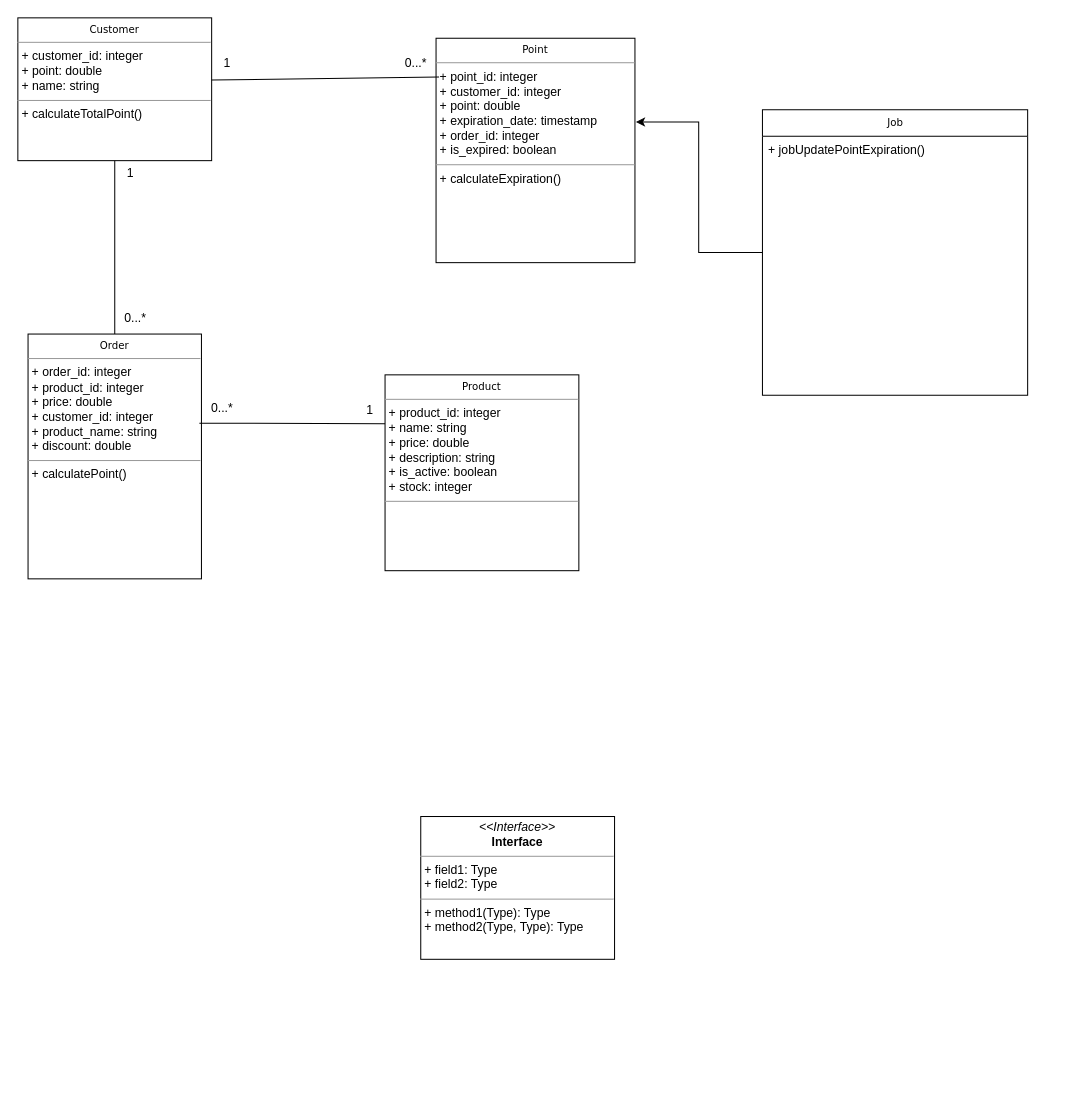
The draw.io diagram Untitled Diagram.drawio in Hilarion18/sandbox, before the edit. Source tidied: cells renumbered, new cells numbered last; positions are measured from the earlier drawing's top-left corner, leaving out a move shared by most shapes. Both pictures are drawn from the tidied source at 102%, with x=0, y=0 at pixel (17, 17).
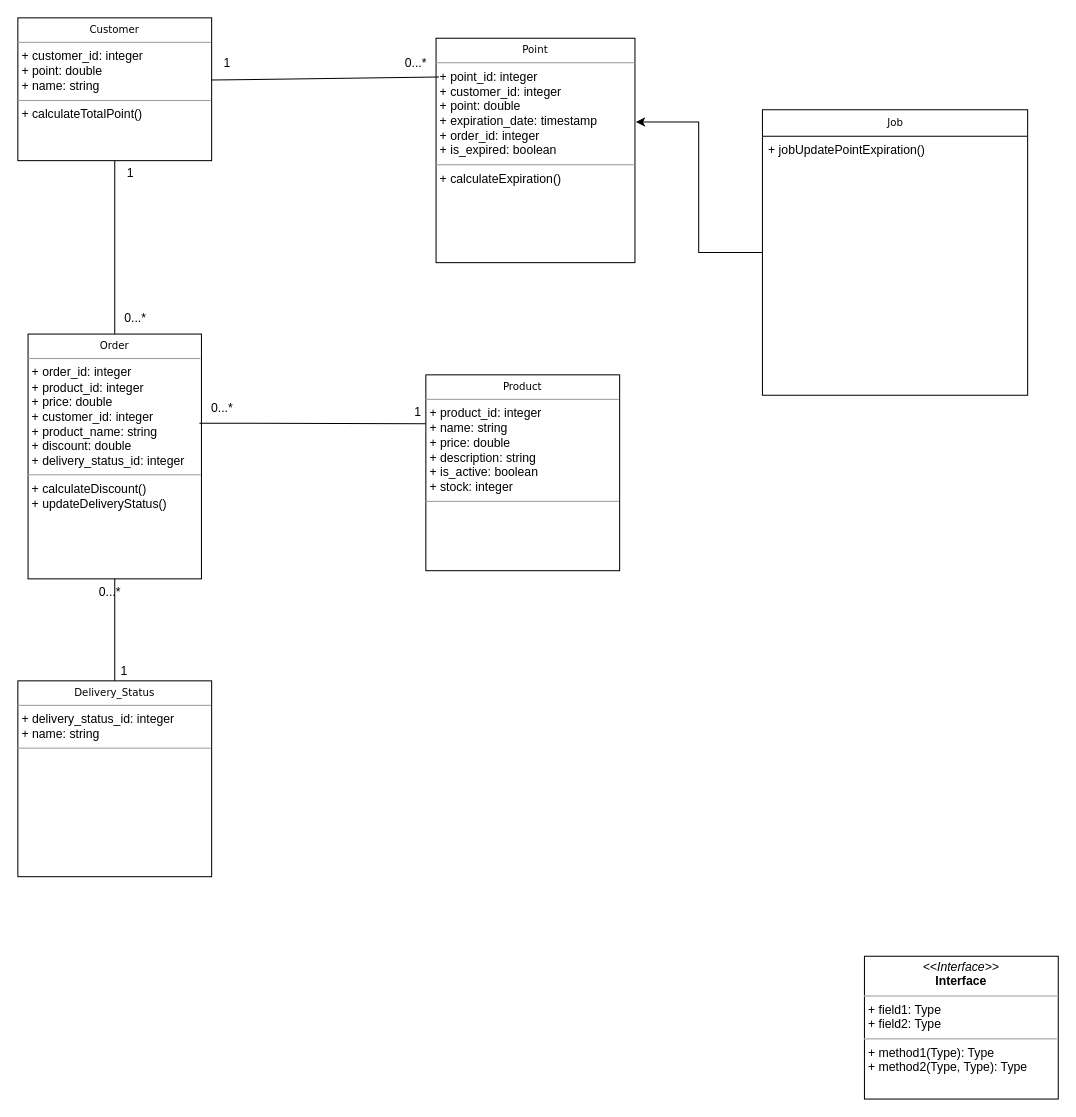
Above is the later version.

What changed in the source:
```diff
@@
     <mxCell id="5" value="&lt;p style=&quot;margin:0px;margin-top:4px;text-align:center;&quot;&gt;&lt;i&gt;&amp;lt;&amp;lt;Interface&amp;gt;&amp;gt;&lt;/i&gt;&lt;br/&gt;&lt;b&gt;Interface&lt;/b&gt;&lt;/p&gt;&lt;hr size=&quot;1&quot;/&gt;&lt;p style=&quot;margin:0px;margin-left:4px;&quot;&gt;+ field1: Type&lt;br/&gt;+ field2: Type&lt;/p&gt;&lt;hr size=&quot;1&quot;/&gt;&lt;p style=&quot;margin:0px;margin-left:4px;&quot;&gt;+ method1(Type): Type&lt;br/&gt;+ method2(Type, Type): Type&lt;/p&gt;" style="verticalAlign=top;align=left;overflow=fill;fontSize=12;fontFamily=Helvetica;html=1;rounded=0;shadow=0;comic=0;labelBackgroundColor=none;strokeWidth=1;" parent="1" vertex="1">
-      <mxGeometry x="395" y="783" width="190" height="140" as="geometry" />
+      <mxGeometry x="830" y="920" width="190" height="140" as="geometry" />
     </mxCell>
@@
-    <mxCell id="9" value="&lt;p style=&quot;margin:0px;margin-top:4px;text-align:center;&quot;&gt;&lt;span style=&quot;font-family: Verdana; font-size: 10px;&quot;&gt;Order&lt;/span&gt;&lt;br&gt;&lt;/p&gt;&lt;hr size=&quot;1&quot;&gt;&lt;p style=&quot;margin:0px;margin-left:4px;&quot;&gt;&lt;span style=&quot;white-space: normal;&quot;&gt;+ order_id: integer&lt;/span&gt;&lt;br&gt;&lt;/p&gt;&lt;p style=&quot;margin:0px;margin-left:4px;&quot;&gt;&lt;span style=&quot;white-space: normal;&quot;&gt;+ product_id: integer&lt;/span&gt;&lt;span style=&quot;text-wrap-mode: wrap;&quot;&gt;&lt;br&gt;&lt;/span&gt;&lt;span style=&quot;white-space: normal;&quot;&gt;+ price: double&lt;/span&gt;&lt;br&gt;&lt;/p&gt;&lt;p style=&quot;margin:0px;margin-left:4px;&quot;&gt;&lt;span style=&quot;white-space: normal;&quot;&gt;+ customer_id: integer&lt;/span&gt;&lt;span style=&quot;white-space: normal;&quot;&gt;&lt;br&gt;&lt;/span&gt;&lt;/p&gt;&lt;p style=&quot;margin:0px;margin-left:4px;&quot;&gt;&lt;span style=&quot;white-space: normal;&quot;&gt;+ product_name: string&lt;/span&gt;&lt;/p&gt;&lt;p style=&quot;margin:0px;margin-left:4px;&quot;&gt;&lt;span style=&quot;white-space: normal;&quot;&gt;+ discount: double&lt;/span&gt;&lt;/p&gt;&lt;hr size=&quot;1&quot;&gt;&lt;p style=&quot;margin:0px;margin-left:4px;&quot;&gt;+ calculatePoint()&lt;br&gt;&lt;/p&gt;" style="verticalAlign=top;align=left;overflow=fill;fontSize=12;fontFamily=Helvetica;html=1;rounded=0;shadow=0;comic=0;labelBackgroundColor=none;strokeWidth=1;" parent="1" vertex="1">
+    <mxCell id="9" value="&lt;p style=&quot;margin:0px;margin-top:4px;text-align:center;&quot;&gt;&lt;span style=&quot;font-family: Verdana; font-size: 10px;&quot;&gt;Order&lt;/span&gt;&lt;br&gt;&lt;/p&gt;&lt;hr size=&quot;1&quot;&gt;&lt;p style=&quot;margin:0px;margin-left:4px;&quot;&gt;&lt;span style=&quot;white-space: normal;&quot;&gt;+ order_id: integer&lt;/span&gt;&lt;br&gt;&lt;/p&gt;&lt;p style=&quot;margin:0px;margin-left:4px;&quot;&gt;&lt;span style=&quot;white-space: normal;&quot;&gt;+ product_id: integer&lt;/span&gt;&lt;span style=&quot;text-wrap-mode: wrap;&quot;&gt;&lt;br&gt;&lt;/span&gt;&lt;span style=&quot;white-space: normal;&quot;&gt;+ price: double&lt;/span&gt;&lt;br&gt;&lt;/p&gt;&lt;p style=&quot;margin:0px;margin-left:4px;&quot;&gt;&lt;span style=&quot;white-space: normal;&quot;&gt;+ customer_id: integer&lt;/span&gt;&lt;span style=&quot;white-space: normal;&quot;&gt;&lt;br&gt;&lt;/span&gt;&lt;/p&gt;&lt;p style=&quot;margin:0px;margin-left:4px;&quot;&gt;&lt;span style=&quot;white-space: normal;&quot;&gt;+ product_name: string&lt;/span&gt;&lt;/p&gt;&lt;p style=&quot;margin:0px;margin-left:4px;&quot;&gt;&lt;span style=&quot;white-space: normal;&quot;&gt;+ discount: double&lt;/span&gt;&lt;/p&gt;&lt;p style=&quot;margin:0px;margin-left:4px;&quot;&gt;&lt;span style=&quot;white-space: normal;&quot;&gt;+ delivery_status_id: integer&lt;/span&gt;&lt;/p&gt;&lt;hr size=&quot;1&quot;&gt;&lt;p style=&quot;margin:0px;margin-left:4px;&quot;&gt;+ calculateDiscount()&lt;br&gt;&lt;/p&gt;&lt;p style=&quot;margin:0px;margin-left:4px;&quot;&gt;+ updateDeliveryStatus()&lt;br&gt;&lt;/p&gt;" style="verticalAlign=top;align=left;overflow=fill;fontSize=12;fontFamily=Helvetica;html=1;rounded=0;shadow=0;comic=0;labelBackgroundColor=none;strokeWidth=1;" parent="1" vertex="1">
       <mxGeometry x="10" y="310" width="170" height="240" as="geometry" />
     </mxCell>
     <mxCell id="10" value="&lt;p style=&quot;margin:0px;margin-top:4px;text-align:center;&quot;&gt;&lt;span style=&quot;font-family: Verdana; font-size: 10px;&quot;&gt;Product&lt;/span&gt;&lt;br&gt;&lt;/p&gt;&lt;hr size=&quot;1&quot;&gt;&lt;p style=&quot;margin:0px;margin-left:4px;&quot;&gt;&lt;span style=&quot;white-space: normal;&quot;&gt;+ product_id: integer&lt;/span&gt;&lt;br&gt;&lt;/p&gt;&lt;p style=&quot;margin:0px;margin-left:4px;&quot;&gt;&lt;span style=&quot;white-space: normal;&quot;&gt;+ name: string&lt;/span&gt;&lt;span style=&quot;white-space: normal;&quot;&gt;&lt;br&gt;&lt;/span&gt;&lt;/p&gt;&lt;p style=&quot;margin:0px;margin-left:4px;&quot;&gt;&lt;span style=&quot;white-space: normal;&quot;&gt;+ price: double&lt;/span&gt;&lt;br&gt;&lt;/p&gt;&lt;p style=&quot;margin:0px;margin-left:4px;&quot;&gt;&lt;span style=&quot;white-space: normal;&quot;&gt;+ description: string&lt;/span&gt;&lt;span style=&quot;white-space: normal;&quot;&gt;&lt;br&gt;&lt;/span&gt;&lt;/p&gt;&lt;p style=&quot;margin:0px;margin-left:4px;&quot;&gt;&lt;span style=&quot;white-space: normal;&quot;&gt;+ is_active: boolean&lt;/span&gt;&lt;/p&gt;&lt;p style=&quot;margin:0px;margin-left:4px;&quot;&gt;&lt;span style=&quot;white-space: normal;&quot;&gt;+ stock: integer&lt;/span&gt;&lt;/p&gt;&lt;hr size=&quot;1&quot;&gt;&lt;p style=&quot;margin:0px;margin-left:4px;&quot;&gt;&lt;br&gt;&lt;/p&gt;" style="verticalAlign=top;align=left;overflow=fill;fontSize=12;fontFamily=Helvetica;html=1;rounded=0;shadow=0;comic=0;labelBackgroundColor=none;strokeWidth=1;" parent="1" vertex="1">
-      <mxGeometry x="360" y="350" width="190" height="192" as="geometry" />
+      <mxGeometry x="400" y="350" width="190" height="192" as="geometry" />
     </mxCell>
@@
     <mxCell id="15" value="1" style="text;html=1;align=center;verticalAlign=middle;strokeColor=none;fillColor=none;" parent="1" vertex="1">
-      <mxGeometry x="330" y="370" width="30" height="30" as="geometry" />
+      <mxGeometry x="377" y="372" width="30" height="30" as="geometry" />
     </mxCell>
@@
+    <mxCell id="23" value="&lt;p style=&quot;margin:0px;margin-top:4px;text-align:center;&quot;&gt;&lt;span style=&quot;font-family: Verdana; font-size: 10px;&quot;&gt;Delivery_Status&lt;/span&gt;&lt;br&gt;&lt;/p&gt;&lt;hr size=&quot;1&quot;&gt;&lt;p style=&quot;margin:0px;margin-left:4px;&quot;&gt;&lt;span style=&quot;white-space: normal;&quot;&gt;+ delivery_status_id: integer&lt;/span&gt;&lt;br&gt;&lt;/p&gt;&lt;p style=&quot;margin:0px;margin-left:4px;&quot;&gt;&lt;span style=&quot;white-space: normal;&quot;&gt;+ name: string&lt;/span&gt;&lt;/p&gt;&lt;hr size=&quot;1&quot;&gt;&lt;p style=&quot;margin:0px;margin-left:4px;&quot;&gt;&lt;br&gt;&lt;/p&gt;" style="verticalAlign=top;align=left;overflow=fill;fontSize=12;fontFamily=Helvetica;html=1;rounded=0;shadow=0;comic=0;labelBackgroundColor=none;strokeWidth=1;" parent="1" vertex="1">
+      <mxGeometry y="650" width="190" height="192" as="geometry" />
+    </mxCell>
+    <mxCell id="24" style="endArrow=none;html=1;rounded=0;exitX=0.5;exitY=1;exitDx=0;exitDy=0;entryX=0.5;entryY=0;entryDx=0;entryDy=0;" parent="1" edge="1" source="9" target="23">
+      <mxGeometry relative="1" as="geometry" />
+    </mxCell>
+    <mxCell id="25" value="1" style="text;html=1;align=center;verticalAlign=middle;strokeColor=none;fillColor=none;" parent="1" vertex="1">
+      <mxGeometry x="89" y="626" width="30" height="30" as="geometry" />
+    </mxCell>
+    <mxCell id="26" value="0...*" style="text;html=1;align=center;verticalAlign=middle;strokeColor=none;fillColor=none;" parent="1" vertex="1">
+      <mxGeometry x="70" y="548" width="40" height="30" as="geometry" />
+    </mxCell>
```
